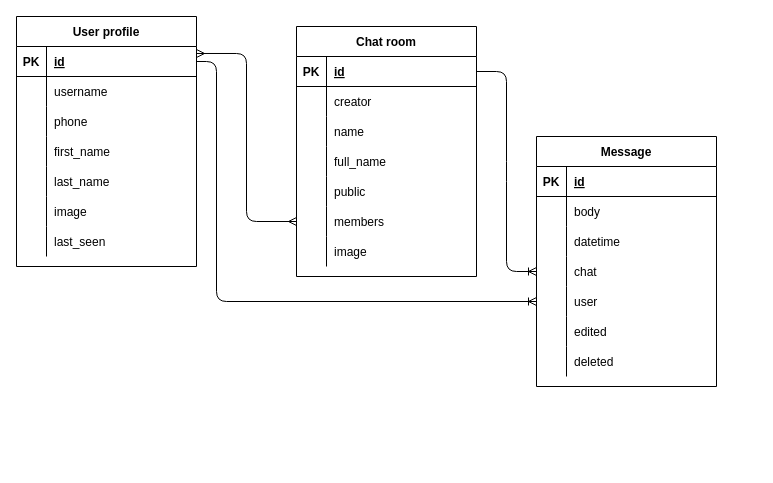
Before: server/db-schema.drawio in Egor4ik325/chaticket, a draw.io diagram. Source tidied: cells renumbered, new cells numbered last; positions are measured from the earlier drawing's top-left corner, leaving out a move shared by most shapes. Both pictures are drawn from the tidied source at 100%, with x=0, y=0 at pixel (16, 16).
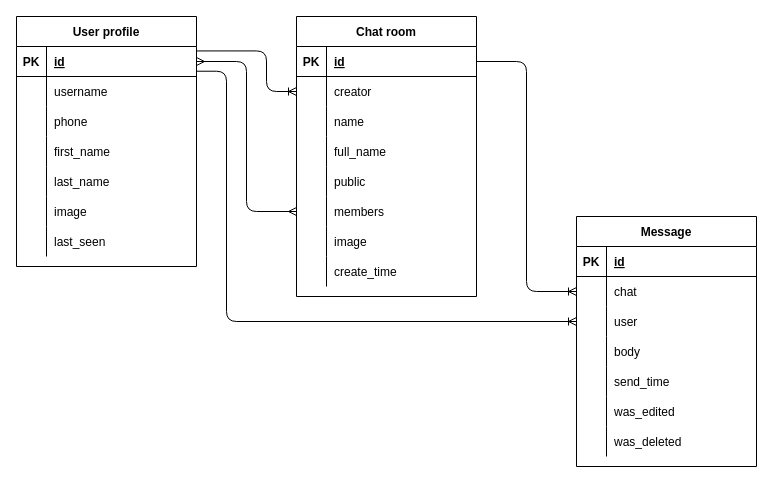
After the change.

Unchanged cells that the change refers to:
```xml
<mxCell id="3" style="shape=partialRectangle;fillColor=none;top=0;left=0;bottom=1;right=0;points=[[0,0.5],[1,0.5]];portConstraint=eastwest;" parent="2" vertex="1">
  <mxGeometry y="30" width="180" height="30" as="geometry" />
</mxCell>
<mxCell id="25" style="shape=partialRectangle;fillColor=none;top=0;left=0;bottom=1;right=0;points=[[0,0.5],[1,0.5]];portConstraint=eastwest;" parent="24" vertex="1">
  <mxGeometry y="30" width="180" height="30" as="geometry" />
</mxCell>
<mxCell id="28" style="shape=partialRectangle;fillColor=none;top=0;left=0;bottom=0;right=0;points=[[0,0.5],[1,0.5]];portConstraint=eastwest;" parent="24" vertex="1">
  <mxGeometry y="60" width="180" height="30" as="geometry" />
</mxCell>
<mxCell id="40" style="shape=partialRectangle;fillColor=none;top=0;left=0;bottom=0;right=0;points=[[0,0.5],[1,0.5]];portConstraint=eastwest;" parent="24" vertex="1">
  <mxGeometry y="180" width="180" height="30" as="geometry" />
</mxCell>
<mxCell id="63" style="shape=partialRectangle;fillColor=none;top=0;left=0;bottom=0;right=0;" parent="47" vertex="1">
  <mxGeometry y="180" width="180" height="30" as="geometry" />
</mxCell>
<mxCell id="66" style="shape=partialRectangle;fillColor=none;top=0;left=0;bottom=0;right=0;" parent="47" vertex="1">
  <mxGeometry y="210" width="180" height="30" as="geometry" />
</mxCell>
```

Change to the diagram source:
```diff
@@
     <mxCell id="24" value="Chat room" style="shape=table;startSize=30;childLayout=tableLayout;rowLines=0;fontStyle=1;align=center;" parent="1" vertex="1">
-      <mxGeometry x="280" y="10" width="180" height="250" as="geometry" />
+      <mxGeometry x="280" width="180" height="280" as="geometry" />
     </mxCell>
@@
+    <mxCell id="71" style="shape=partialRectangle;fillColor=none;top=0;left=0;bottom=0;right=0;" parent="24" vertex="1">
+      <mxGeometry y="240" width="180" height="30" as="geometry" />
+    </mxCell>
+    <mxCell id="72" style="shape=partialRectangle;fillColor=none;top=0;left=0;bottom=0;right=0;overflow=hidden;" parent="71" vertex="1">
+      <mxGeometry width="30" height="30" as="geometry" />
+    </mxCell>
+    <mxCell id="73" value="create_time" style="shape=partialRectangle;fillColor=none;top=0;left=0;bottom=0;right=0;align=left;spacingLeft=6;overflow=hidden;" parent="71" vertex="1">
+      <mxGeometry x="30" width="150" height="30" as="geometry" />
+    </mxCell>
-    <mxCell id="46" style="edgeStyle=elbowEdgeStyle;fontSize=12;html=1;endArrow=ERmany;startArrow=ERmany;entryX=0;entryY=0.5;entryDx=0;entryDy=0;exitX=1;exitY=0.233;exitDx=0;exitDy=0;exitPerimeter=0;" parent="1" edge="1" source="3" target="40">
+    <mxCell id="46" style="edgeStyle=elbowEdgeStyle;fontSize=12;html=1;endArrow=ERmany;startArrow=ERmany;entryX=0;entryY=0.5;entryDx=0;entryDy=0;exitX=1;exitY=0.5;exitDx=0;exitDy=0;" parent="1" edge="1" source="3" target="40">
       <mxGeometry relative="1" as="geometry" />
     </mxCell>
     <mxCell id="47" value="Message" style="shape=table;startSize=30;childLayout=tableLayout;rowLines=0;fontStyle=1;align=center;" parent="1" vertex="1">
-      <mxGeometry x="520" y="120" width="180" height="250" as="geometry" />
+      <mxGeometry x="560" y="200" width="180" height="250" as="geometry" />
     </mxCell>
@@
+    <mxCell id="57" style="shape=partialRectangle;fillColor=none;top=0;left=0;bottom=0;right=0;points=[[0,0.5],[1,0.5]];portConstraint=eastwest;" parent="47" vertex="1">
+      <mxGeometry y="60" width="180" height="30" as="geometry" />
+    </mxCell>
+    <mxCell id="58" style="shape=partialRectangle;fillColor=none;top=0;left=0;bottom=0;right=0;overflow=hidden;" parent="57" vertex="1">
+      <mxGeometry width="30" height="30" as="geometry" />
+    </mxCell>
+    <mxCell id="59" value="chat" style="shape=partialRectangle;fillColor=none;top=0;left=0;bottom=0;right=0;align=left;spacingLeft=6;overflow=hidden;" parent="57" vertex="1">
+      <mxGeometry x="30" width="150" height="30" as="geometry" />
+    </mxCell>
+    <mxCell id="60" style="shape=partialRectangle;fillColor=none;top=0;left=0;bottom=0;right=0;points=[[0,0.5],[1,0.5]];portConstraint=eastwest;" parent="47" vertex="1">
+      <mxGeometry y="90" width="180" height="30" as="geometry" />
+    </mxCell>
+    <mxCell id="61" style="shape=partialRectangle;fillColor=none;top=0;left=0;bottom=0;right=0;overflow=hidden;" parent="60" vertex="1">
+      <mxGeometry width="30" height="30" as="geometry" />
+    </mxCell>
+    <mxCell id="62" value="user" style="shape=partialRectangle;fillColor=none;top=0;left=0;bottom=0;right=0;align=left;spacingLeft=6;overflow=hidden;" parent="60" vertex="1">
+      <mxGeometry x="30" width="150" height="30" as="geometry" />
+    </mxCell>
     <mxCell id="51" style="shape=partialRectangle;fillColor=none;top=0;left=0;bottom=0;right=0;" parent="47" vertex="1">
-      <mxGeometry y="60" width="180" height="30" as="geometry" />
+      <mxGeometry y="120" width="180" height="30" as="geometry" />
     </mxCell>
@@
     <mxCell id="54" style="shape=partialRectangle;fillColor=none;top=0;left=0;bottom=0;right=0;" parent="47" vertex="1">
-      <mxGeometry y="90" width="180" height="30" as="geometry" />
+      <mxGeometry y="150" width="180" height="30" as="geometry" />
     </mxCell>
@@
-    <mxCell id="56" value="datetime" style="shape=partialRectangle;fillColor=none;top=0;left=0;bottom=0;right=0;align=left;spacingLeft=6;overflow=hidden;" parent="54" vertex="1">
+    <mxCell id="56" value="send_time" style="shape=partialRectangle;fillColor=none;top=0;left=0;bottom=0;right=0;align=left;spacingLeft=6;overflow=hidden;" parent="54" vertex="1">
       <mxGeometry x="30" width="150" height="30" as="geometry" />
     </mxCell>
-    <mxCell id="57" style="shape=partialRectangle;fillColor=none;top=0;left=0;bottom=0;right=0;points=[[0,0.5],[1,0.5]];portConstraint=eastwest;" parent="47" vertex="1">
-      <mxGeometry y="120" width="180" height="30" as="geometry" />
-    </mxCell>
-    <mxCell id="58" style="shape=partialRectangle;fillColor=none;top=0;left=0;bottom=0;right=0;overflow=hidden;" parent="57" vertex="1">
-      <mxGeometry width="30" height="30" as="geometry" />
-    </mxCell>
-    <mxCell id="59" value="chat" style="shape=partialRectangle;fillColor=none;top=0;left=0;bottom=0;right=0;align=left;spacingLeft=6;overflow=hidden;" parent="57" vertex="1">
-      <mxGeometry x="30" width="150" height="30" as="geometry" />
-    </mxCell>
-    <mxCell id="60" style="shape=partialRectangle;fillColor=none;top=0;left=0;bottom=0;right=0;points=[[0,0.5],[1,0.5]];portConstraint=eastwest;" parent="47" vertex="1">
-      <mxGeometry y="150" width="180" height="30" as="geometry" />
-    </mxCell>
-    <mxCell id="61" style="shape=partialRectangle;fillColor=none;top=0;left=0;bottom=0;right=0;overflow=hidden;" parent="60" vertex="1">
-      <mxGeometry width="30" height="30" as="geometry" />
-    </mxCell>
-    <mxCell id="62" value="user" style="shape=partialRectangle;fillColor=none;top=0;left=0;bottom=0;right=0;align=left;spacingLeft=6;overflow=hidden;" parent="60" vertex="1">
-      <mxGeometry x="30" width="150" height="30" as="geometry" />
-    </mxCell>
@@
-    <mxCell id="65" value="edited" style="shape=partialRectangle;fillColor=none;top=0;left=0;bottom=0;right=0;align=left;spacingLeft=6;overflow=hidden;" parent="63" vertex="1">
+    <mxCell id="65" value="was_edited" style="shape=partialRectangle;fillColor=none;top=0;left=0;bottom=0;right=0;align=left;spacingLeft=6;overflow=hidden;" parent="63" vertex="1">
       <mxGeometry x="30" width="150" height="30" as="geometry" />
     </mxCell>
@@
-    <mxCell id="68" value="deleted" style="shape=partialRectangle;fillColor=none;top=0;left=0;bottom=0;right=0;align=left;spacingLeft=6;overflow=hidden;" parent="66" vertex="1">
+    <mxCell id="68" value="was_deleted" style="shape=partialRectangle;fillColor=none;top=0;left=0;bottom=0;right=0;align=left;spacingLeft=6;overflow=hidden;" parent="66" vertex="1">
       <mxGeometry x="30" width="150" height="30" as="geometry" />
     </mxCell>
-    <mxCell id="69" style="edgeStyle=entityRelationEdgeStyle;fontSize=12;html=1;endArrow=ERoneToMany;entryX=0;entryY=0.5;entryDx=0;entryDy=0;exitX=1;exitY=0.5;exitDx=0;exitDy=0;" parent="1" edge="1" source="25" target="57">
+    <mxCell id="69" style="edgeStyle=elbowEdgeStyle;fontSize=12;html=1;endArrow=ERoneToMany;entryX=0;entryY=0.5;entryDx=0;entryDy=0;exitX=1;exitY=0.5;exitDx=0;exitDy=0;" parent="1" edge="1" source="25" target="57">
       <mxGeometry relative="1" as="geometry" />
     </mxCell>
-    <mxCell id="70" style="edgeStyle=elbowEdgeStyle;fontSize=12;html=1;endArrow=ERoneToMany;entryX=0;entryY=0.5;entryDx=0;entryDy=0;exitX=1;exitY=0.5;exitDx=0;exitDy=0;" parent="1" edge="1" source="3" target="60">
+    <mxCell id="70" style="edgeStyle=elbowEdgeStyle;fontSize=12;html=1;endArrow=ERoneToMany;entryX=0;entryY=0.5;entryDx=0;entryDy=0;exitX=0.999;exitY=0.824;exitDx=0;exitDy=0;exitPerimeter=0;" parent="1" edge="1" source="3" target="60">
       <mxGeometry relative="1" as="geometry">
         <Array as="points">
+          <mxPoint x="210" y="70" />
           <mxPoint x="200" y="150" />
         </Array>
       </mxGeometry>
     </mxCell>
+    <mxCell id="74" style="edgeStyle=orthogonalEdgeStyle;fontSize=12;html=1;endArrow=ERoneToMany;entryX=0;entryY=0.5;entryDx=0;entryDy=0;exitX=0.999;exitY=0.148;exitDx=0;exitDy=0;exitPerimeter=0;" parent="1" edge="1" source="3" target="28">
+      <mxGeometry relative="1" as="geometry">
+        <Array as="points">
+          <mxPoint x="250" y="34" />
+          <mxPoint x="250" y="75" />
+        </Array>
+      </mxGeometry>
+    </mxCell>
```
